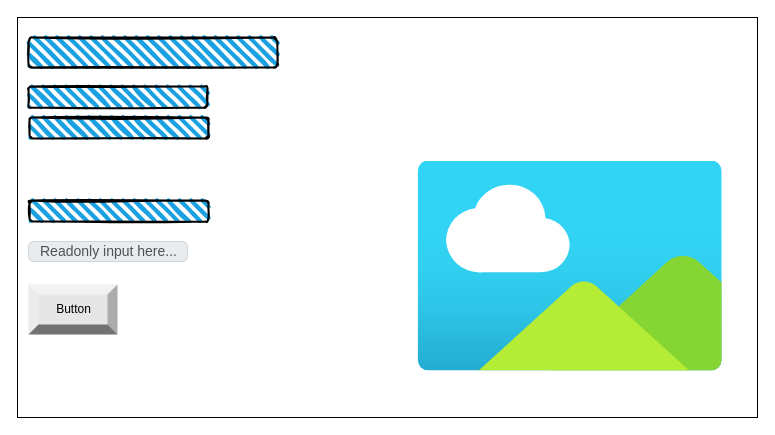
Earlier version of the draw.io diagram page "Page-1" (1 of 2) of design/story-board.drawio (ekaterina-chernykh/ICS20-Unit-6-03). Source tidied: cells renumbered, new cells numbered last; positions are measured from the earlier drawing's top-left corner, leaving out a move shared by most shapes. Both pictures are drawn from the tidied source at 100%, with x=0, y=0 at pixel (17, 17).
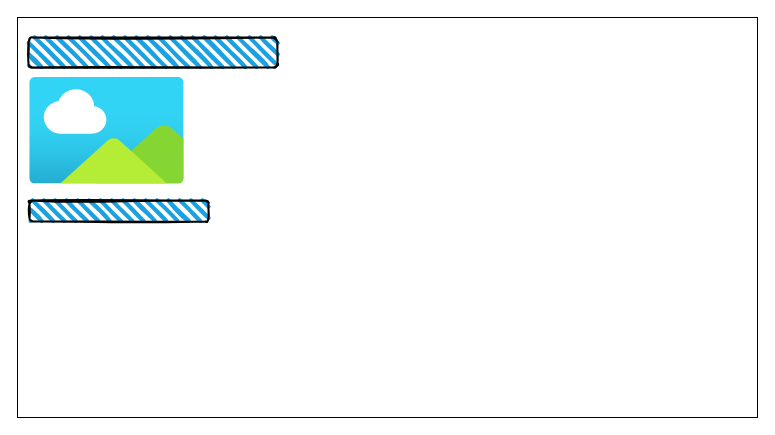
The same diagram, later.

Change to the diagram source:
```diff
@@
 <mxGraphModel>
   <root>
     <mxCell id="0" />
     <mxCell id="1" parent="0" />
     <mxCell id="2" style="rounded=0;whiteSpace=wrap;html=1;" parent="1" vertex="1">
       <mxGeometry width="740" height="400" as="geometry" />
     </mxCell>
     <mxCell id="3" style="rounded=1;whiteSpace=wrap;html=1;strokeWidth=2;fillWeight=4;hachureGap=8;hachureAngle=45;fillColor=#1ba1e2;sketch=1;" parent="1" vertex="1">
       <mxGeometry x="11" y="20" width="249" height="30" as="geometry" />
     </mxCell>
-    <mxCell id="4" style="rounded=1;whiteSpace=wrap;html=1;strokeWidth=2;fillWeight=4;hachureGap=8;hachureAngle=45;fillColor=#1ba1e2;sketch=1;" parent="1" vertex="1">
-      <mxGeometry x="12" y="100" width="179" height="21" as="geometry" />
-    </mxCell>
-    <mxCell id="5" style="rounded=1;whiteSpace=wrap;html=1;strokeWidth=2;fillWeight=4;hachureGap=8;hachureAngle=45;fillColor=#1ba1e2;sketch=1;" parent="1" vertex="1">
-      <mxGeometry x="11" y="69" width="179" height="21" as="geometry" />
-    </mxCell>
     <mxCell id="6" style="rounded=1;whiteSpace=wrap;html=1;strokeWidth=2;fillWeight=4;hachureGap=8;hachureAngle=45;fillColor=#1ba1e2;sketch=1;" parent="1" vertex="1">
       <mxGeometry x="12" y="183" width="179" height="21" as="geometry" />
     </mxCell>
-    <mxCell id="7" value="Readonly input here..." style="html=1;shadow=0;dashed=0;shape=mxgraph.bootstrap.rrect;rSize=5;strokeColor=#CED4DA;strokeWidth=1;fillColor=#E9ECEF;fontColor=#505050;whiteSpace=wrap;align=left;verticalAlign=middle;spacingLeft=10;fontSize=14;" parent="1" vertex="1">
-      <mxGeometry x="11" y="224" width="159" height="20" as="geometry" />
-    </mxCell>
-    <mxCell id="8" value="Button" style="labelPosition=center;verticalLabelPosition=middle;align=center;html=1;shape=mxgraph.basic.shaded_button;dx=10;fillColor=#E6E6E6;strokeColor=none;" parent="1" vertex="1">
-      <mxGeometry x="11" y="267" width="89" height="50" as="geometry" />
-    </mxCell>
     <mxCell id="9" style="html=1;align=center;image;fontSize=12;image=img/lib/azure2/general/Image.svg;fillColor=#BA6D07;" parent="1" vertex="1">
-      <mxGeometry x="400" y="143.5" width="305.4" height="210" as="geometry" />
+      <mxGeometry x="12" y="60" width="154.9" height="106.5" as="geometry" />
     </mxCell>
   </root>
 </mxGraphModel>
```
